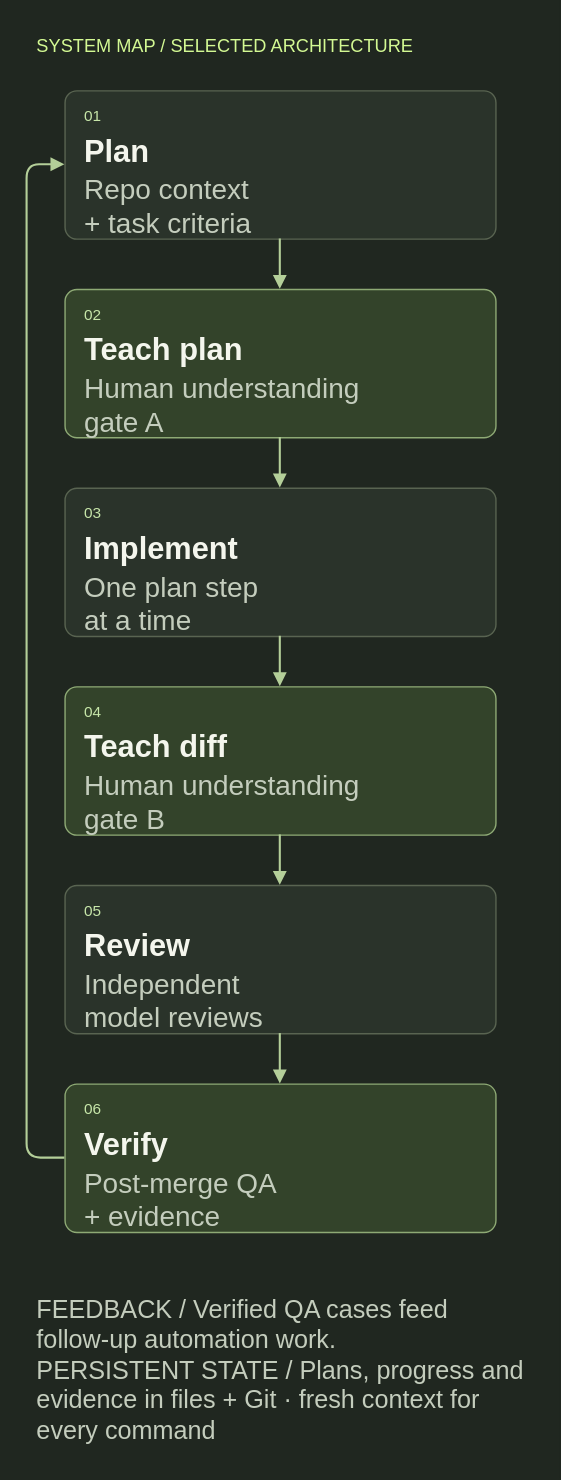
Before: images/agents/workflow-technical-mobile.svg, a diagram exported from draw.io (youngfreezy/youngfreezy.github.io). Source tidied: cells renumbered, new cells last; positions are measured from the earlier drawing's top-left corner, leaving out a move shared by most shapes.
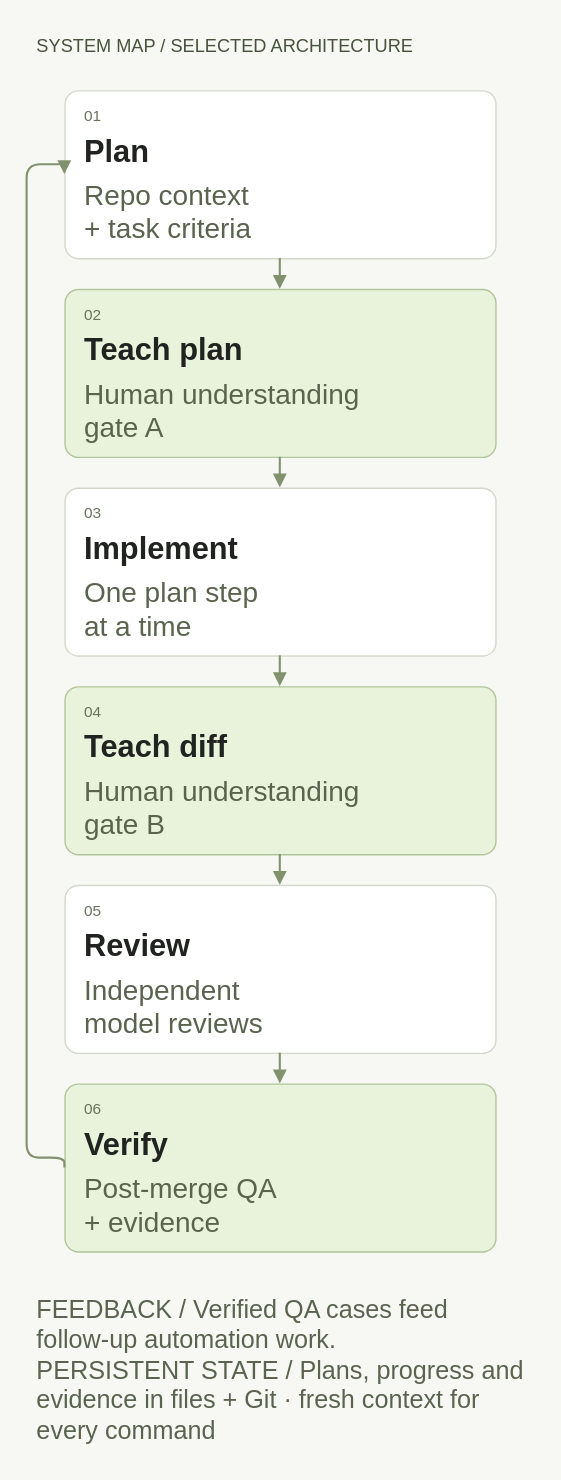
After the commit.

The edit, as a diff of the source:
```diff
@@ -1,101 +1,101 @@
-<mxGraphModel background="#202720">
+<mxGraphModel background="#f7f8f4">
   <root>
     <mxCell id="0" />
     <mxCell id="1" parent="0" />
-    <mxCell id="2" style="html=1;fontFamily=Helvetica;fontColor=#f4f6ed;strokeColor=none;fillColor=#202720;" parent="1" vertex="1">
+    <mxCell id="2" style="html=1;fontFamily=Helvetica;fontColor=#20231f;strokeColor=none;fillColor=#f7f8f4;" parent="1" vertex="1">
       <mxGeometry width="400" height="1056" as="geometry" />
     </mxCell>
-    <mxCell id="3" value="SYSTEM MAP  /  SELECTED ARCHITECTURE" style="html=1;fontFamily=Helvetica;fontColor=#f4f6ed;text;whiteSpace=wrap;strokeColor=none;fillColor=none;align=left;verticalAlign=middle;fontSize=13;fontColor=#d3f993;fontStyle=0;" parent="1" vertex="1">
+    <mxCell id="3" value="SYSTEM MAP  /  SELECTED ARCHITECTURE" style="html=1;fontFamily=Helvetica;fontColor=#20231f;text;whiteSpace=wrap;strokeColor=none;fillColor=none;align=left;verticalAlign=middle;fontSize=13;fontColor=#47523b;fontStyle=0;" parent="1" vertex="1">
       <mxGeometry x="24" y="18" width="352" height="28" as="geometry" />
     </mxCell>
-    <mxCell id="4" style="html=1;fontFamily=Helvetica;fontColor=#f4f6ed;rounded=1;arcSize=8;fillColor=#2a332a;strokeColor=#596451;strokeWidth=1;" parent="1" vertex="1">
-      <mxGeometry x="46" y="64" width="308" height="106" as="geometry" />
+    <mxCell id="4" style="html=1;fontFamily=Helvetica;fontColor=#20231f;rounded=1;arcSize=8;fillColor=#ffffff;strokeColor=#d3d9ca;strokeWidth=1;" parent="1" vertex="1">
+      <mxGeometry x="46" y="64" width="308" height="120" as="geometry" />
     </mxCell>
-    <mxCell id="5" value="01" style="html=1;fontFamily=Helvetica;fontColor=#f4f6ed;text;whiteSpace=wrap;strokeColor=none;fillColor=none;align=left;verticalAlign=middle;fontSize=11;fontColor=#c7e6a9;fontStyle=0;" parent="4" vertex="1">
+    <mxCell id="5" value="01" style="html=1;fontFamily=Helvetica;fontColor=#20231f;text;whiteSpace=wrap;strokeColor=none;fillColor=none;align=left;verticalAlign=middle;fontSize=11;fontColor=#68725c;fontStyle=0;" parent="4" vertex="1">
       <mxGeometry x="12" y="8" width="30" height="20" as="geometry" />
     </mxCell>
-    <mxCell id="6" value="Plan" style="html=1;fontFamily=Helvetica;fontColor=#f4f6ed;text;whiteSpace=wrap;strokeColor=none;fillColor=none;align=left;verticalAlign=middle;fontSize=22;fontColor=#f4f6ed;fontStyle=1;" parent="4" vertex="1">
+    <mxCell id="6" value="Plan" style="html=1;fontFamily=Helvetica;fontColor=#20231f;text;whiteSpace=wrap;strokeColor=none;fillColor=none;align=left;verticalAlign=middle;fontSize=22;fontColor=#20231f;fontStyle=1;" parent="4" vertex="1">
       <mxGeometry x="12" y="31" width="284" height="26" as="geometry" />
     </mxCell>
-    <mxCell id="7" value="Repo context&#10;+ task criteria" style="html=1;fontFamily=Helvetica;fontColor=#f4f6ed;text;whiteSpace=wrap;strokeColor=none;fillColor=none;align=left;verticalAlign=middle;fontSize=20;fontColor=#c4cdbd;fontStyle=0;" parent="4" vertex="1">
-      <mxGeometry x="12" y="62" width="284" height="40" as="geometry" />
+    <mxCell id="7" value="Repo context&#10;+ task criteria" style="html=1;fontFamily=Helvetica;fontColor=#20231f;text;whiteSpace=wrap;strokeColor=none;fillColor=none;align=left;verticalAlign=middle;fontSize=20;fontColor=#59634e;fontStyle=0;" parent="4" vertex="1">
+      <mxGeometry x="12" y="62" width="284" height="48" as="geometry" />
     </mxCell>
-    <mxCell id="8" style="html=1;fontFamily=Helvetica;fontColor=#f4f6ed;rounded=1;arcSize=8;fillColor=#33432a;strokeColor=#8eaa75;strokeWidth=1;" parent="1" vertex="1">
-      <mxGeometry x="46" y="206" width="308" height="106" as="geometry" />
+    <mxCell id="8" style="html=1;fontFamily=Helvetica;fontColor=#20231f;rounded=1;arcSize=8;fillColor=#e9f3db;strokeColor=#b2c59a;strokeWidth=1;" parent="1" vertex="1">
+      <mxGeometry x="46" y="206" width="308" height="120" as="geometry" />
     </mxCell>
-    <mxCell id="9" value="02" style="html=1;fontFamily=Helvetica;fontColor=#f4f6ed;text;whiteSpace=wrap;strokeColor=none;fillColor=none;align=left;verticalAlign=middle;fontSize=11;fontColor=#c7e6a9;fontStyle=0;" parent="8" vertex="1">
+    <mxCell id="9" value="02" style="html=1;fontFamily=Helvetica;fontColor=#20231f;text;whiteSpace=wrap;strokeColor=none;fillColor=none;align=left;verticalAlign=middle;fontSize=11;fontColor=#68725c;fontStyle=0;" parent="8" vertex="1">
       <mxGeometry x="12" y="8" width="30" height="20" as="geometry" />
     </mxCell>
-    <mxCell id="10" value="Teach plan" style="html=1;fontFamily=Helvetica;fontColor=#f4f6ed;text;whiteSpace=wrap;strokeColor=none;fillColor=none;align=left;verticalAlign=middle;fontSize=22;fontColor=#f4f6ed;fontStyle=1;" parent="8" vertex="1">
+    <mxCell id="10" value="Teach plan" style="html=1;fontFamily=Helvetica;fontColor=#20231f;text;whiteSpace=wrap;strokeColor=none;fillColor=none;align=left;verticalAlign=middle;fontSize=22;fontColor=#20231f;fontStyle=1;" parent="8" vertex="1">
       <mxGeometry x="12" y="31" width="284" height="26" as="geometry" />
     </mxCell>
-    <mxCell id="11" value="Human understanding&#10;gate A" style="html=1;fontFamily=Helvetica;fontColor=#f4f6ed;text;whiteSpace=wrap;strokeColor=none;fillColor=none;align=left;verticalAlign=middle;fontSize=20;fontColor=#c4cdbd;fontStyle=0;" parent="8" vertex="1">
-      <mxGeometry x="12" y="62" width="284" height="40" as="geometry" />
+    <mxCell id="11" value="Human understanding&#10;gate A" style="html=1;fontFamily=Helvetica;fontColor=#20231f;text;whiteSpace=wrap;strokeColor=none;fillColor=none;align=left;verticalAlign=middle;fontSize=20;fontColor=#59634e;fontStyle=0;" parent="8" vertex="1">
+      <mxGeometry x="12" y="62" width="284" height="48" as="geometry" />
     </mxCell>
-    <mxCell id="12" style="html=1;fontFamily=Helvetica;fontColor=#f4f6ed;rounded=1;arcSize=8;fillColor=#2a332a;strokeColor=#596451;strokeWidth=1;" parent="1" vertex="1">
-      <mxGeometry x="46" y="348" width="308" height="106" as="geometry" />
+    <mxCell id="12" style="html=1;fontFamily=Helvetica;fontColor=#20231f;rounded=1;arcSize=8;fillColor=#ffffff;strokeColor=#d3d9ca;strokeWidth=1;" parent="1" vertex="1">
+      <mxGeometry x="46" y="348" width="308" height="120" as="geometry" />
     </mxCell>
-    <mxCell id="13" value="03" style="html=1;fontFamily=Helvetica;fontColor=#f4f6ed;text;whiteSpace=wrap;strokeColor=none;fillColor=none;align=left;verticalAlign=middle;fontSize=11;fontColor=#c7e6a9;fontStyle=0;" parent="12" vertex="1">
+    <mxCell id="13" value="03" style="html=1;fontFamily=Helvetica;fontColor=#20231f;text;whiteSpace=wrap;strokeColor=none;fillColor=none;align=left;verticalAlign=middle;fontSize=11;fontColor=#68725c;fontStyle=0;" parent="12" vertex="1">
       <mxGeometry x="12" y="8" width="30" height="20" as="geometry" />
     </mxCell>
-    <mxCell id="14" value="Implement" style="html=1;fontFamily=Helvetica;fontColor=#f4f6ed;text;whiteSpace=wrap;strokeColor=none;fillColor=none;align=left;verticalAlign=middle;fontSize=22;fontColor=#f4f6ed;fontStyle=1;" parent="12" vertex="1">
+    <mxCell id="14" value="Implement" style="html=1;fontFamily=Helvetica;fontColor=#20231f;text;whiteSpace=wrap;strokeColor=none;fillColor=none;align=left;verticalAlign=middle;fontSize=22;fontColor=#20231f;fontStyle=1;" parent="12" vertex="1">
       <mxGeometry x="12" y="31" width="284" height="26" as="geometry" />
     </mxCell>
-    <mxCell id="15" value="One plan step&#10;at a time" style="html=1;fontFamily=Helvetica;fontColor=#f4f6ed;text;whiteSpace=wrap;strokeColor=none;fillColor=none;align=left;verticalAlign=middle;fontSize=20;fontColor=#c4cdbd;fontStyle=0;" parent="12" vertex="1">
-      <mxGeometry x="12" y="62" width="284" height="40" as="geometry" />
+    <mxCell id="15" value="One plan step&#10;at a time" style="html=1;fontFamily=Helvetica;fontColor=#20231f;text;whiteSpace=wrap;strokeColor=none;fillColor=none;align=left;verticalAlign=middle;fontSize=20;fontColor=#59634e;fontStyle=0;" parent="12" vertex="1">
+      <mxGeometry x="12" y="62" width="284" height="48" as="geometry" />
     </mxCell>
-    <mxCell id="16" style="html=1;fontFamily=Helvetica;fontColor=#f4f6ed;rounded=1;arcSize=8;fillColor=#33432a;strokeColor=#8eaa75;strokeWidth=1;" parent="1" vertex="1">
-      <mxGeometry x="46" y="490" width="308" height="106" as="geometry" />
+    <mxCell id="16" style="html=1;fontFamily=Helvetica;fontColor=#20231f;rounded=1;arcSize=8;fillColor=#e9f3db;strokeColor=#b2c59a;strokeWidth=1;" parent="1" vertex="1">
+      <mxGeometry x="46" y="490" width="308" height="120" as="geometry" />
     </mxCell>
-    <mxCell id="17" value="04" style="html=1;fontFamily=Helvetica;fontColor=#f4f6ed;text;whiteSpace=wrap;strokeColor=none;fillColor=none;align=left;verticalAlign=middle;fontSize=11;fontColor=#c7e6a9;fontStyle=0;" parent="16" vertex="1">
+    <mxCell id="17" value="04" style="html=1;fontFamily=Helvetica;fontColor=#20231f;text;whiteSpace=wrap;strokeColor=none;fillColor=none;align=left;verticalAlign=middle;fontSize=11;fontColor=#68725c;fontStyle=0;" parent="16" vertex="1">
       <mxGeometry x="12" y="8" width="30" height="20" as="geometry" />
     </mxCell>
-    <mxCell id="18" value="Teach diff" style="html=1;fontFamily=Helvetica;fontColor=#f4f6ed;text;whiteSpace=wrap;strokeColor=none;fillColor=none;align=left;verticalAlign=middle;fontSize=22;fontColor=#f4f6ed;fontStyle=1;" parent="16" vertex="1">
+    <mxCell id="18" value="Teach diff" style="html=1;fontFamily=Helvetica;fontColor=#20231f;text;whiteSpace=wrap;strokeColor=none;fillColor=none;align=left;verticalAlign=middle;fontSize=22;fontColor=#20231f;fontStyle=1;" parent="16" vertex="1">
       <mxGeometry x="12" y="31" width="284" height="26" as="geometry" />
     </mxCell>
-    <mxCell id="19" value="Human understanding&#10;gate B" style="html=1;fontFamily=Helvetica;fontColor=#f4f6ed;text;whiteSpace=wrap;strokeColor=none;fillColor=none;align=left;verticalAlign=middle;fontSize=20;fontColor=#c4cdbd;fontStyle=0;" parent="16" vertex="1">
-      <mxGeometry x="12" y="62" width="284" height="40" as="geometry" />
+    <mxCell id="19" value="Human understanding&#10;gate B" style="html=1;fontFamily=Helvetica;fontColor=#20231f;text;whiteSpace=wrap;strokeColor=none;fillColor=none;align=left;verticalAlign=middle;fontSize=20;fontColor=#59634e;fontStyle=0;" parent="16" vertex="1">
+      <mxGeometry x="12" y="62" width="284" height="48" as="geometry" />
     </mxCell>
-    <mxCell id="20" style="html=1;fontFamily=Helvetica;fontColor=#f4f6ed;rounded=1;arcSize=8;fillColor=#2a332a;strokeColor=#596451;strokeWidth=1;" parent="1" vertex="1">
-      <mxGeometry x="46" y="632" width="308" height="106" as="geometry" />
+    <mxCell id="20" style="html=1;fontFamily=Helvetica;fontColor=#20231f;rounded=1;arcSize=8;fillColor=#ffffff;strokeColor=#d3d9ca;strokeWidth=1;" parent="1" vertex="1">
+      <mxGeometry x="46" y="632" width="308" height="120" as="geometry" />
     </mxCell>
-    <mxCell id="21" value="05" style="html=1;fontFamily=Helvetica;fontColor=#f4f6ed;text;whiteSpace=wrap;strokeColor=none;fillColor=none;align=left;verticalAlign=middle;fontSize=11;fontColor=#c7e6a9;fontStyle=0;" parent="20" vertex="1">
+    <mxCell id="21" value="05" style="html=1;fontFamily=Helvetica;fontColor=#20231f;text;whiteSpace=wrap;strokeColor=none;fillColor=none;align=left;verticalAlign=middle;fontSize=11;fontColor=#68725c;fontStyle=0;" parent="20" vertex="1">
       <mxGeometry x="12" y="8" width="30" height="20" as="geometry" />
     </mxCell>
-    <mxCell id="22" value="Review" style="html=1;fontFamily=Helvetica;fontColor=#f4f6ed;text;whiteSpace=wrap;strokeColor=none;fillColor=none;align=left;verticalAlign=middle;fontSize=22;fontColor=#f4f6ed;fontStyle=1;" parent="20" vertex="1">
+    <mxCell id="22" value="Review" style="html=1;fontFamily=Helvetica;fontColor=#20231f;text;whiteSpace=wrap;strokeColor=none;fillColor=none;align=left;verticalAlign=middle;fontSize=22;fontColor=#20231f;fontStyle=1;" parent="20" vertex="1">
       <mxGeometry x="12" y="31" width="284" height="26" as="geometry" />
     </mxCell>
-    <mxCell id="23" value="Independent&#10;model reviews" style="html=1;fontFamily=Helvetica;fontColor=#f4f6ed;text;whiteSpace=wrap;strokeColor=none;fillColor=none;align=left;verticalAlign=middle;fontSize=20;fontColor=#c4cdbd;fontStyle=0;" parent="20" vertex="1">
-      <mxGeometry x="12" y="62" width="284" height="40" as="geometry" />
+    <mxCell id="23" value="Independent&#10;model reviews" style="html=1;fontFamily=Helvetica;fontColor=#20231f;text;whiteSpace=wrap;strokeColor=none;fillColor=none;align=left;verticalAlign=middle;fontSize=20;fontColor=#59634e;fontStyle=0;" parent="20" vertex="1">
+      <mxGeometry x="12" y="62" width="284" height="48" as="geometry" />
     </mxCell>
-    <mxCell id="24" style="html=1;fontFamily=Helvetica;fontColor=#f4f6ed;rounded=1;arcSize=8;fillColor=#33432a;strokeColor=#8eaa75;strokeWidth=1;" parent="1" vertex="1">
-      <mxGeometry x="46" y="774" width="308" height="106" as="geometry" />
+    <mxCell id="24" style="html=1;fontFamily=Helvetica;fontColor=#20231f;rounded=1;arcSize=8;fillColor=#e9f3db;strokeColor=#b2c59a;strokeWidth=1;" parent="1" vertex="1">
+      <mxGeometry x="46" y="774" width="308" height="120" as="geometry" />
     </mxCell>
-    <mxCell id="25" value="06" style="html=1;fontFamily=Helvetica;fontColor=#f4f6ed;text;whiteSpace=wrap;strokeColor=none;fillColor=none;align=left;verticalAlign=middle;fontSize=11;fontColor=#c7e6a9;fontStyle=0;" parent="24" vertex="1">
+    <mxCell id="25" value="06" style="html=1;fontFamily=Helvetica;fontColor=#20231f;text;whiteSpace=wrap;strokeColor=none;fillColor=none;align=left;verticalAlign=middle;fontSize=11;fontColor=#68725c;fontStyle=0;" parent="24" vertex="1">
       <mxGeometry x="12" y="8" width="30" height="20" as="geometry" />
     </mxCell>
-    <mxCell id="26" value="Verify" style="html=1;fontFamily=Helvetica;fontColor=#f4f6ed;text;whiteSpace=wrap;strokeColor=none;fillColor=none;align=left;verticalAlign=middle;fontSize=22;fontColor=#f4f6ed;fontStyle=1;" parent="24" vertex="1">
+    <mxCell id="26" value="Verify" style="html=1;fontFamily=Helvetica;fontColor=#20231f;text;whiteSpace=wrap;strokeColor=none;fillColor=none;align=left;verticalAlign=middle;fontSize=22;fontColor=#20231f;fontStyle=1;" parent="24" vertex="1">
       <mxGeometry x="12" y="31" width="284" height="26" as="geometry" />
     </mxCell>
-    <mxCell id="27" value="Post-merge QA&#10;+ evidence" style="html=1;fontFamily=Helvetica;fontColor=#f4f6ed;text;whiteSpace=wrap;strokeColor=none;fillColor=none;align=left;verticalAlign=middle;fontSize=20;fontColor=#c4cdbd;fontStyle=0;" parent="24" vertex="1">
-      <mxGeometry x="12" y="62" width="284" height="40" as="geometry" />
+    <mxCell id="27" value="Post-merge QA&#10;+ evidence" style="html=1;fontFamily=Helvetica;fontColor=#20231f;text;whiteSpace=wrap;strokeColor=none;fillColor=none;align=left;verticalAlign=middle;fontSize=20;fontColor=#59634e;fontStyle=0;" parent="24" vertex="1">
+      <mxGeometry x="12" y="62" width="284" height="48" as="geometry" />
     </mxCell>
-    <mxCell id="28" style="edgeStyle=orthogonalEdgeStyle;rounded=1;jettySize=auto;strokeColor=#b4cf99;strokeWidth=1.5;endArrow=block;endFill=1;exitX=.5;exitY=1;entryX=.5;entryY=0;" parent="1" edge="1" source="4" target="8">
+    <mxCell id="28" style="edgeStyle=orthogonalEdgeStyle;rounded=1;jettySize=auto;strokeColor=#82916e;strokeWidth=1.5;endArrow=block;endFill=1;exitX=.5;exitY=1;entryX=.5;entryY=0;" parent="1" edge="1" source="4" target="8">
       <mxGeometry relative="1" as="geometry" />
     </mxCell>
-    <mxCell id="29" style="edgeStyle=orthogonalEdgeStyle;rounded=1;jettySize=auto;strokeColor=#b4cf99;strokeWidth=1.5;endArrow=block;endFill=1;exitX=.5;exitY=1;entryX=.5;entryY=0;" parent="1" edge="1" source="8" target="12">
+    <mxCell id="29" style="edgeStyle=orthogonalEdgeStyle;rounded=1;jettySize=auto;strokeColor=#82916e;strokeWidth=1.5;endArrow=block;endFill=1;exitX=.5;exitY=1;entryX=.5;entryY=0;" parent="1" edge="1" source="8" target="12">
       <mxGeometry relative="1" as="geometry" />
     </mxCell>
-    <mxCell id="30" style="edgeStyle=orthogonalEdgeStyle;rounded=1;jettySize=auto;strokeColor=#b4cf99;strokeWidth=1.5;endArrow=block;endFill=1;exitX=.5;exitY=1;entryX=.5;entryY=0;" parent="1" edge="1" source="12" target="16">
+    <mxCell id="30" style="edgeStyle=orthogonalEdgeStyle;rounded=1;jettySize=auto;strokeColor=#82916e;strokeWidth=1.5;endArrow=block;endFill=1;exitX=.5;exitY=1;entryX=.5;entryY=0;" parent="1" edge="1" source="12" target="16">
       <mxGeometry relative="1" as="geometry" />
     </mxCell>
-    <mxCell id="31" style="edgeStyle=orthogonalEdgeStyle;rounded=1;jettySize=auto;strokeColor=#b4cf99;strokeWidth=1.5;endArrow=block;endFill=1;exitX=.5;exitY=1;entryX=.5;entryY=0;" parent="1" edge="1" source="16" target="20">
+    <mxCell id="31" style="edgeStyle=orthogonalEdgeStyle;rounded=1;jettySize=auto;strokeColor=#82916e;strokeWidth=1.5;endArrow=block;endFill=1;exitX=.5;exitY=1;entryX=.5;entryY=0;" parent="1" edge="1" source="16" target="20">
       <mxGeometry relative="1" as="geometry" />
     </mxCell>
-    <mxCell id="32" style="edgeStyle=orthogonalEdgeStyle;rounded=1;jettySize=auto;strokeColor=#b4cf99;strokeWidth=1.5;endArrow=block;endFill=1;exitX=.5;exitY=1;entryX=.5;entryY=0;" parent="1" edge="1" source="20" target="24">
+    <mxCell id="32" style="edgeStyle=orthogonalEdgeStyle;rounded=1;jettySize=auto;strokeColor=#82916e;strokeWidth=1.5;endArrow=block;endFill=1;exitX=.5;exitY=1;entryX=.5;entryY=0;" parent="1" edge="1" source="20" target="24">
       <mxGeometry relative="1" as="geometry" />
     </mxCell>
-    <mxCell id="33" style="edgeStyle=orthogonalEdgeStyle;rounded=1;jettySize=auto;strokeColor=#b4cf99;strokeWidth=1.5;endArrow=block;endFill=1;exitX=0;exitY=.5;entryX=0;entryY=.5;" parent="1" edge="1" source="24" target="4">
+    <mxCell id="33" style="edgeStyle=orthogonalEdgeStyle;rounded=1;jettySize=auto;strokeColor=#82916e;strokeWidth=1.5;endArrow=block;endFill=1;exitX=0;exitY=.5;entryX=0;entryY=.5;" parent="1" edge="1" source="24" target="4">
       <mxGeometry relative="1" as="geometry">
         <Array as="points">
           <mxPoint x="19" y="827" />
@@ -103,7 +103,7 @@
         </Array>
       </mxGeometry>
     </mxCell>
-    <mxCell id="34" value="FEEDBACK  /  Verified QA cases feed follow-up automation work.&#10;PERSISTENT STATE  /  Plans, progress and evidence in files + Git · fresh context for every command" style="html=1;fontFamily=Helvetica;fontColor=#f4f6ed;text;whiteSpace=wrap;strokeColor=none;fillColor=none;align=left;verticalAlign=middle;fontSize=18;fontColor=#c4cdbd;fontStyle=0;" parent="1" vertex="1">
+    <mxCell id="34" value="FEEDBACK  /  Verified QA cases feed follow-up automation work.&#10;PERSISTENT STATE  /  Plans, progress and evidence in files + Git · fresh context for every command" style="html=1;fontFamily=Helvetica;fontColor=#20231f;text;whiteSpace=wrap;strokeColor=none;fillColor=none;align=left;verticalAlign=middle;fontSize=18;fontColor=#59634e;fontStyle=0;" parent="1" vertex="1">
       <mxGeometry x="24" y="914" width="352" height="130" as="geometry" />
     </mxCell>
   </root>
```
